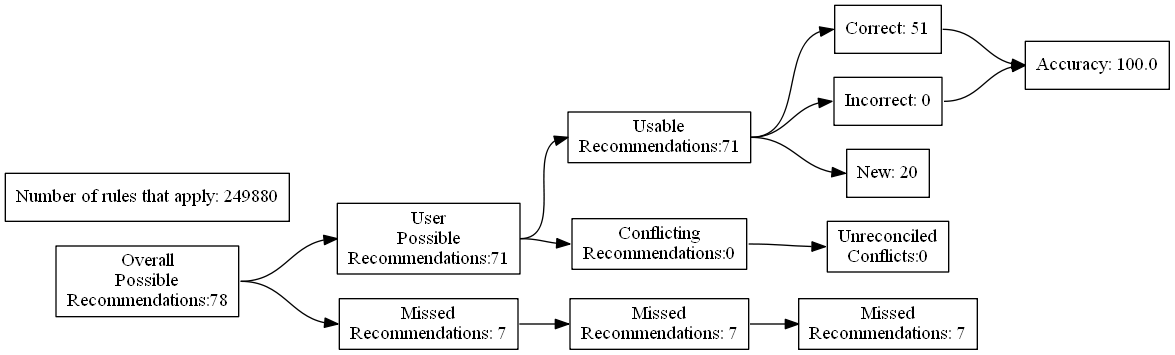
This is test_renders/86.gv.png from ZaxR/ibd_diet_analysis, a Graphviz export, as it was before one commit. Its source is kept beside it as test_renders/86.gv. Source of this version:
```dot
digraph {
	graph [rankdir=LR]
	node [pos=r shape=box]
	edge [headport=w tailport=e]
		A [label="Overall
Possible
Recommendations:78"]
		B [label="User
Possible
Recommendations:71"]
		C [label="Missed
Recommendations: 7"]
		D [label="Usable
Recommendations:71"]
		E [label="Conflicting
Recommendations:0"]
		J [label="Missed
Recommendations: 7"]
		M [label="Unreconciled
Conflicts:0"]
		F [label="Correct: 51"]
		G [label="Incorrect: 0"]
		H [label="New: 20"]
		K [label="Missed
Recommendations: 7"]
		I [label="Accuracy: 100.0"]
		l [label="Number of rules that apply: 249880"]
			A -> B
			A -> C
			B -> D
			B -> E
			D -> F
			D -> G
			D -> H
			F -> I
			G -> I
			C -> J
			J -> K
			E -> M
}
```
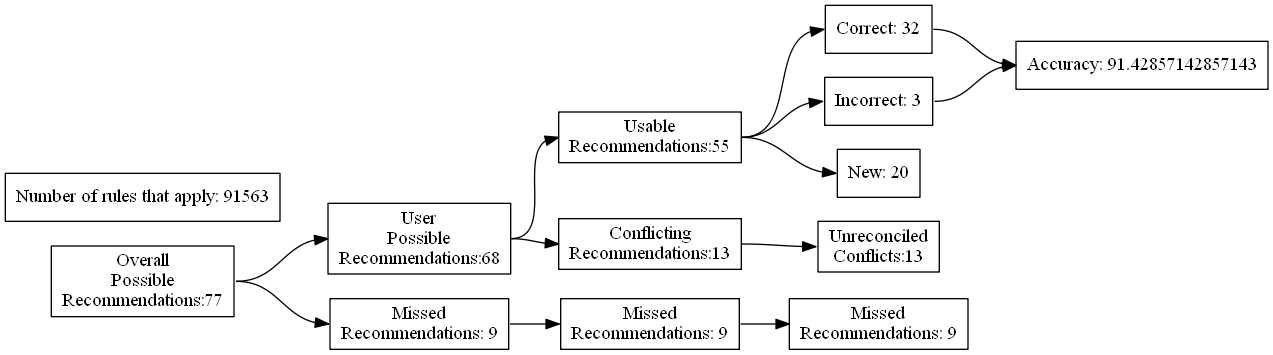
The same diagram one commit later.

What changed in the source:
```diff
@@ -4,27 +4,27 @@
 	edge [headport=w tailport=e]
 		A [label="Overall
 Possible
-Recommendations:78"]
+Recommendations:77"]
 		B [label="User
 Possible
-Recommendations:71"]
+Recommendations:68"]
 		C [label="Missed
-Recommendations: 7"]
+Recommendations: 9"]
 		D [label="Usable
-Recommendations:71"]
+Recommendations:55"]
 		E [label="Conflicting
-Recommendations:0"]
+Recommendations:13"]
 		J [label="Missed
-Recommendations: 7"]
+Recommendations: 9"]
 		M [label="Unreconciled
-Conflicts:0"]
-		F [label="Correct: 51"]
-		G [label="Incorrect: 0"]
+Conflicts:13"]
+		F [label="Correct: 32"]
+		G [label="Incorrect: 3"]
 		H [label="New: 20"]
 		K [label="Missed
-Recommendations: 7"]
-		I [label="Accuracy: 100.0"]
-		l [label="Number of rules that apply: 249880"]
+Recommendations: 9"]
+		I [label="Accuracy: 91.42857142857143"]
+		l [label="Number of rules that apply: 91563"]
 			A -> B
 			A -> C
 			B -> D
```
